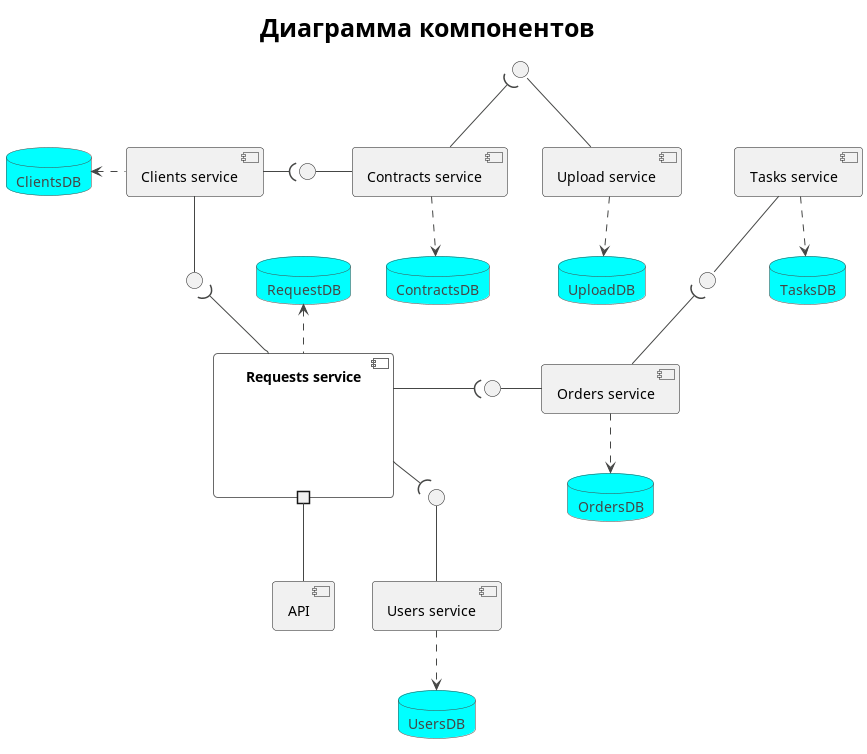
Earlier version of the PlantUML export components/components2.png (mrr000/gb-coursework). The source it was exported from:
```plantuml
@startuml
!theme vibrant

!define SPRITESURL https://raw.githubusercontent.com/plantuml-stdlib/gilbarbara-plantuml-sprites/v1.0/sprites
!includeurl SPRITESURL/aws.puml
!includeurl SPRITESURL/kafka.puml

<style>
component {
  HorizontalAlignment center
}
</style>

title
<size:25>Диаграмма компонентов</size>
end title

interface " " as I_Orders
interface " " as I_ClientsRequests
interface " " as I_Tasks
interface " " as I_Clients
interface " " as I_Contract
interface " " as I_Users

component "Requests service" as Request {
  portout " " as p0
}

[Users service] as Users
[Clients service] as Clients
[Orders service] as Orders
[Tasks service] as Tasks
[Upload service] as Upload
[Contracts service] as Contracts


p0 -down- [API]

Orders -left- I_Orders
Request -left-( I_Orders

Tasks -down- I_Tasks
Orders -up-( I_Tasks

Clients -down- I_ClientsRequests
Request -up-( I_ClientsRequests

Upload -up- I_Contract
Contracts -up-( I_Contract

Contracts -left- I_Clients
Clients -right-( I_Clients

Users -up- I_Users
Request -down-( I_Users

database UploadDB
Upload ..> UploadDB

database RequestDB
Request .up.> RequestDB

database UsersDB
Users ..> UsersDB

database ClientsDB
Clients .left.> ClientsDB

database OrdersDB
Orders ..> OrdersDB
database TasksDB
Tasks ..> TasksDB

database ContractsDB
Contracts ..> ContractsDB


@enduml
```
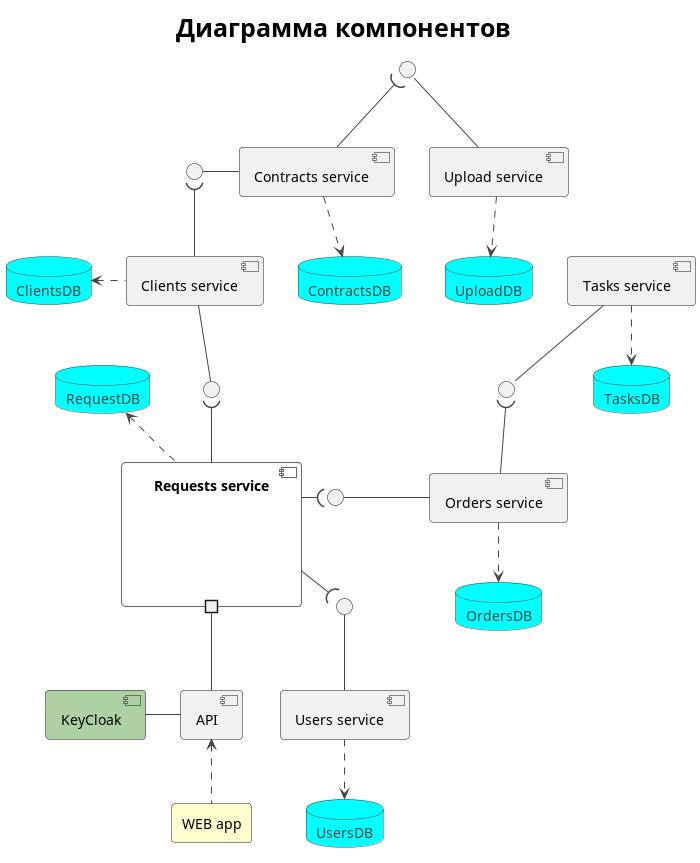
After the commit.

Commit message:
add keycloack into components

Diff of the diagram source:
```diff
@@ -36,6 +36,12 @@
 
 p0 -down- [API]
 
+rectangle "WEB app" as WEB #FEFECE
+component [KeyCloak] as keyCloak #ADD1A2
+[API] -left- keyCloak
+[API] <.. WEB
+
+
 Orders -left- I_Orders
 Request -left-( I_Orders
 
@@ -49,7 +55,7 @@
 Contracts -up-( I_Contract
 
 Contracts -left- I_Clients
-Clients -right-( I_Clients
+Clients -up-( I_Clients
 
 Users -up- I_Users
 Request -down-( I_Users
```
